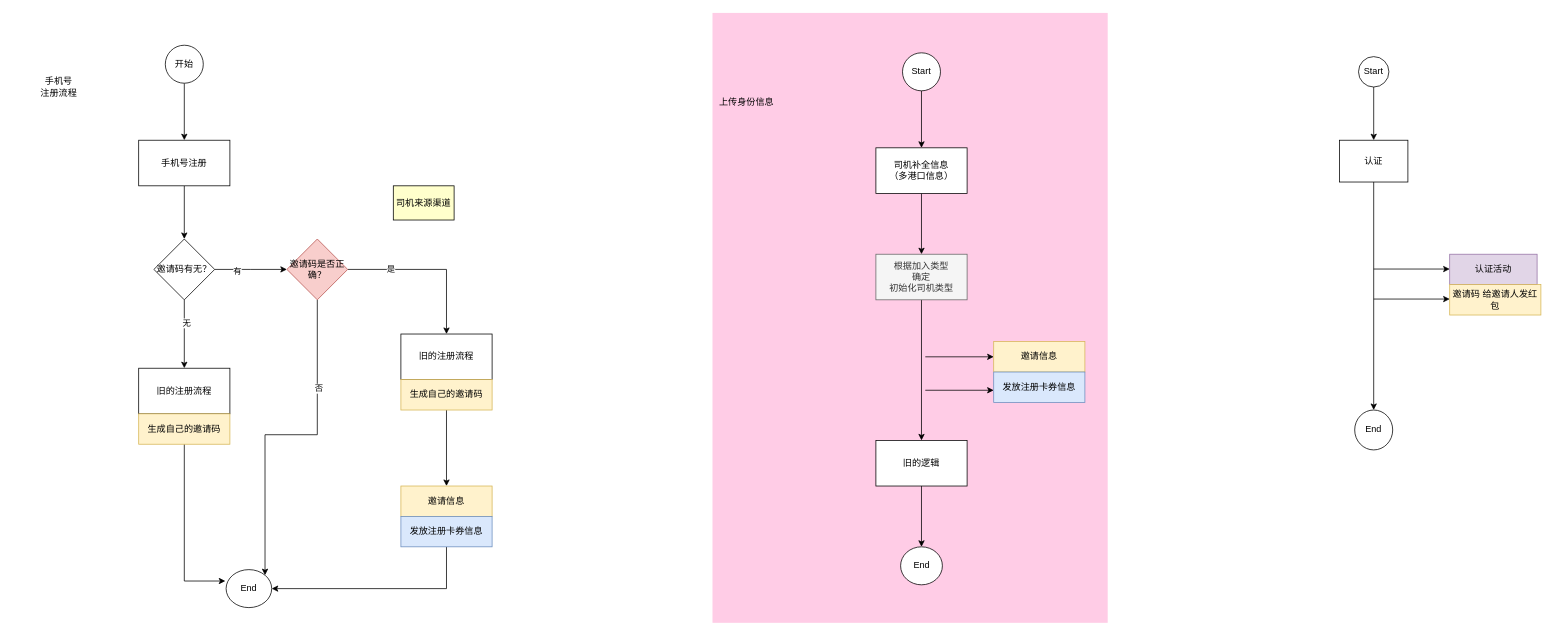
Earlier version of the draw.io diagram 日常迭代/司机推广.drawio (gongyao1992/draw). Source tidied: cells renumbered, new cells numbered last; positions are measured from the earlier drawing's top-left corner, leaving out a move shared by most shapes. Both pictures are drawn from the tidied source at 76%, with x=0, y=0 at pixel (13, 13).
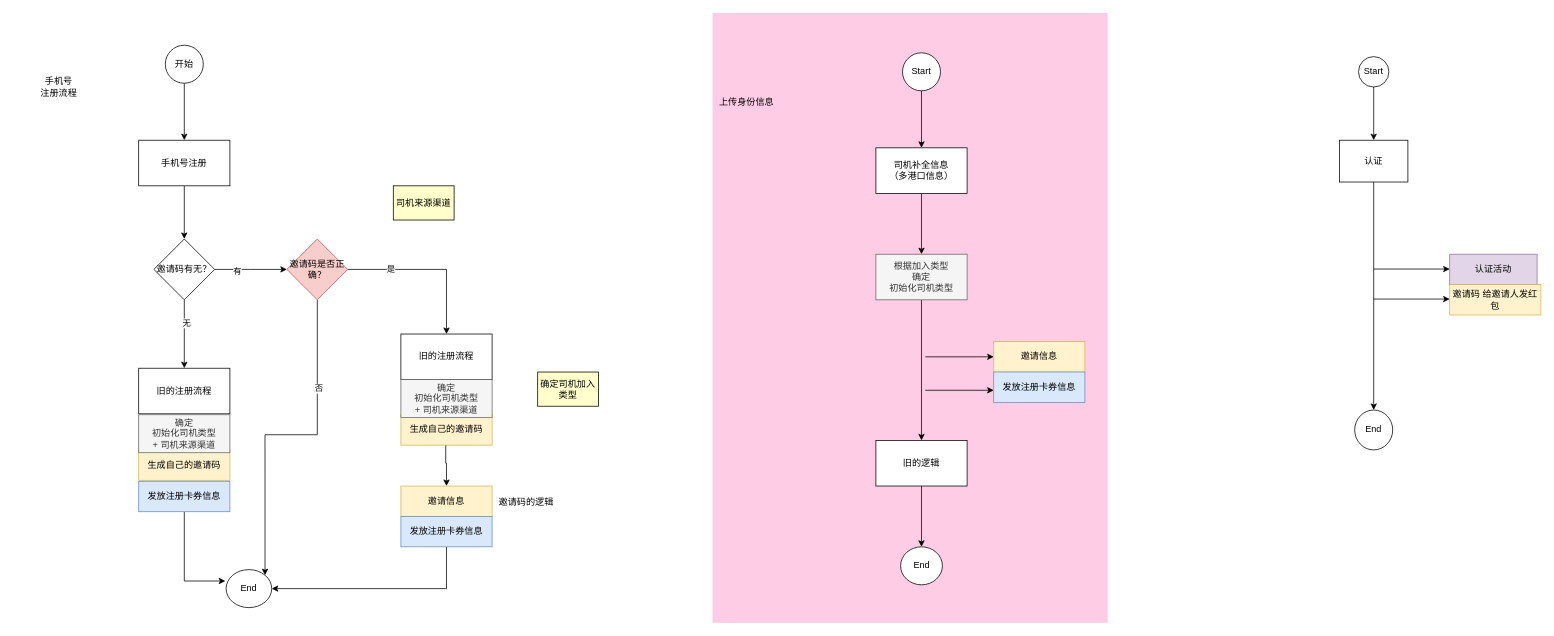
The same diagram, later.

Commit message:
更新日常迭代/司机推广.drawio

Unchanged cells that the change refers to:
```xml
<mxCell id="18" value="End" style="ellipse;whiteSpace=wrap;html=1;" parent="1" vertex="1">
  <mxGeometry x="280" y="732" width="60" height="50" as="geometry" />
</mxCell>
<mxCell id="50" value="邀请信息" style="rounded=0;whiteSpace=wrap;html=1;fillColor=#fff2cc;strokeColor=#d6b656;" parent="1" vertex="1">
  <mxGeometry x="510" y="622" width="120" height="40" as="geometry" />
</mxCell>
```

Change to the diagram source:
```diff
@@
     <mxCell id="36" style="edgeStyle=orthogonalEdgeStyle;rounded=0;jettySize=auto;html=1;exitX=0.5;exitY=1;exitDx=0;exitDy=0;entryX=0.5;entryY=0;entryDx=0;entryDy=0;" parent="1" edge="1" source="37" target="50">
-      <mxGeometry relative="1" as="geometry" />
+      <mxGeometry relative="1" as="geometry">
+        <Array as="points">
+          <mxPoint x="569" y="592" />
+          <mxPoint x="570" y="592" />
+        </Array>
+      </mxGeometry>
     </mxCell>
     <mxCell id="37" value="生成自己的邀请码" style="rounded=0;whiteSpace=wrap;html=1;fillColor=#fff2cc;strokeColor=#d6b656;" parent="1" vertex="1">
-      <mxGeometry x="510" y="482" width="120" height="40" as="geometry" />
+      <mxGeometry x="510" y="528.2" width="120" height="40" as="geometry" />
     </mxCell>
-    <mxCell id="38" style="edgeStyle=orthogonalEdgeStyle;rounded=0;jettySize=auto;html=1;exitX=0.5;exitY=1;exitDx=0;exitDy=0;entryX=-0.017;entryY=0.3;entryDx=0;entryDy=0;entryPerimeter=0;" parent="1" edge="1" source="39" target="18">
+    <mxCell id="38" style="edgeStyle=orthogonalEdgeStyle;rounded=0;jettySize=auto;html=1;exitX=0.5;exitY=1;exitDx=0;exitDy=0;entryX=-0.017;entryY=0.3;entryDx=0;entryDy=0;entryPerimeter=0;" parent="1" edge="1" source="53" target="18">
       <mxGeometry relative="1" as="geometry" />
     </mxCell>
     <mxCell id="39" value="生成自己的邀请码" style="rounded=0;whiteSpace=wrap;html=1;fillColor=#fff2cc;strokeColor=#d6b656;" parent="1" vertex="1">
-      <mxGeometry x="165" y="527" width="120" height="40" as="geometry" />
+      <mxGeometry x="165" y="574.5" width="120" height="40" as="geometry" />
     </mxCell>
@@
+    <mxCell id="52" value="确定&lt;br&gt;初始化司机类型&lt;br&gt;+ 司机来源渠道" style="whiteSpace=wrap;html=1;fillColor=#f5f5f5;strokeColor=#666666;fontColor=#333333;" parent="1" vertex="1">
+      <mxGeometry x="510" y="482" width="120" height="50" as="geometry" />
+    </mxCell>
+    <mxCell id="53" value="发放注册卡券信息" style="rounded=0;whiteSpace=wrap;html=1;fillColor=#dae8fc;strokeColor=#6c8ebf;" parent="1" vertex="1">
+      <mxGeometry x="165" y="615.8" width="120" height="40" as="geometry" />
+    </mxCell>
+    <mxCell id="54" value="确定&lt;br&gt;初始化司机类型&lt;br&gt;+ 司机来源渠道" style="whiteSpace=wrap;html=1;fillColor=#f5f5f5;strokeColor=#666666;fontColor=#333333;" parent="1" vertex="1">
+      <mxGeometry x="165" y="528.2" width="120" height="50" as="geometry" />
+    </mxCell>
+    <mxCell id="55" value="邀请码的逻辑" style="text;html=1;strokeColor=none;fillColor=none;align=center;verticalAlign=middle;whiteSpace=wrap;rounded=0;" parent="1" vertex="1">
+      <mxGeometry x="630" y="629.8" width="90" height="26" as="geometry" />
+    </mxCell>
+    <mxCell id="56" value="确定司机加入类型" style="rounded=0;whiteSpace=wrap;html=1;fillColor=#FFFFCC;" parent="1" vertex="1">
+      <mxGeometry x="690" y="472" width="80" height="45" as="geometry" />
+    </mxCell>
```
